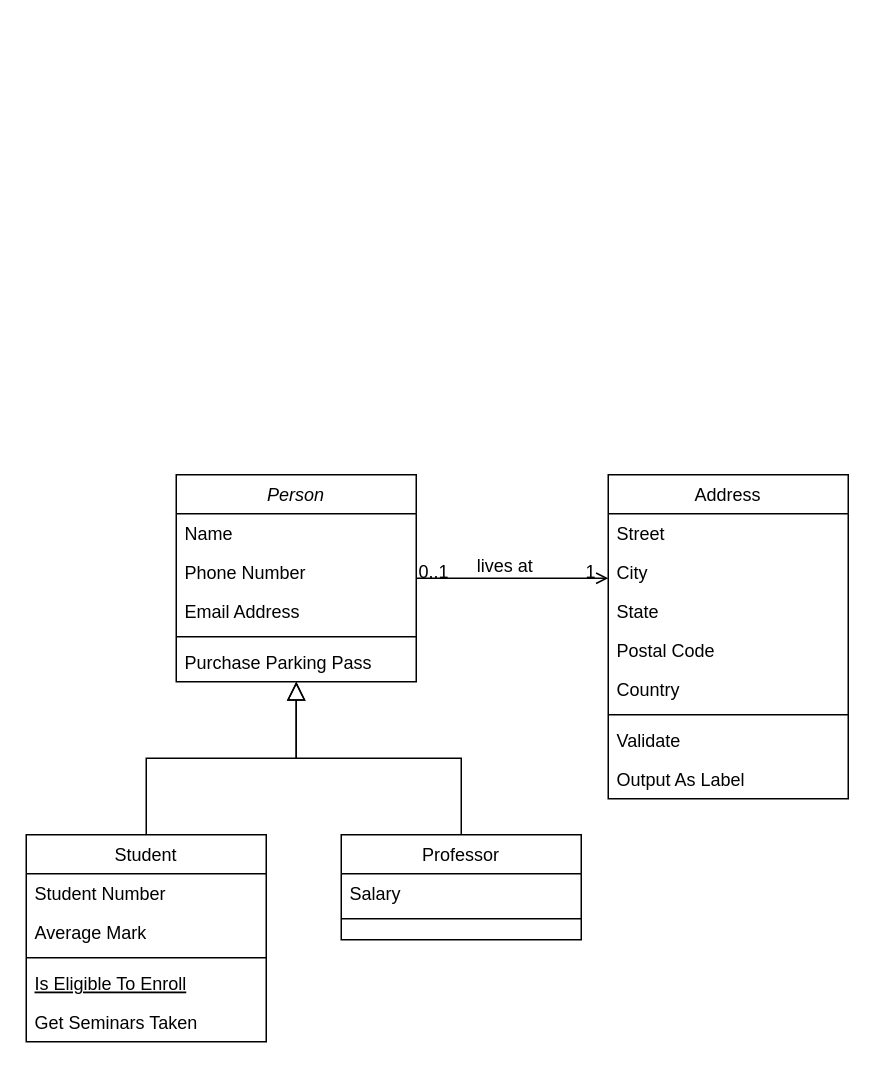
ArthurDesmonts/mywuc keeps this draw.io diagram as Class_mywuc.drawio. Above is the earlier version. Source tidied: cells renumbered, new cells numbered last; positions are measured from the earlier drawing's top-left corner, leaving out a move shared by most shapes. Both pictures are drawn from the tidied source at 150%, with x=0, y=0 at pixel (26, 474).
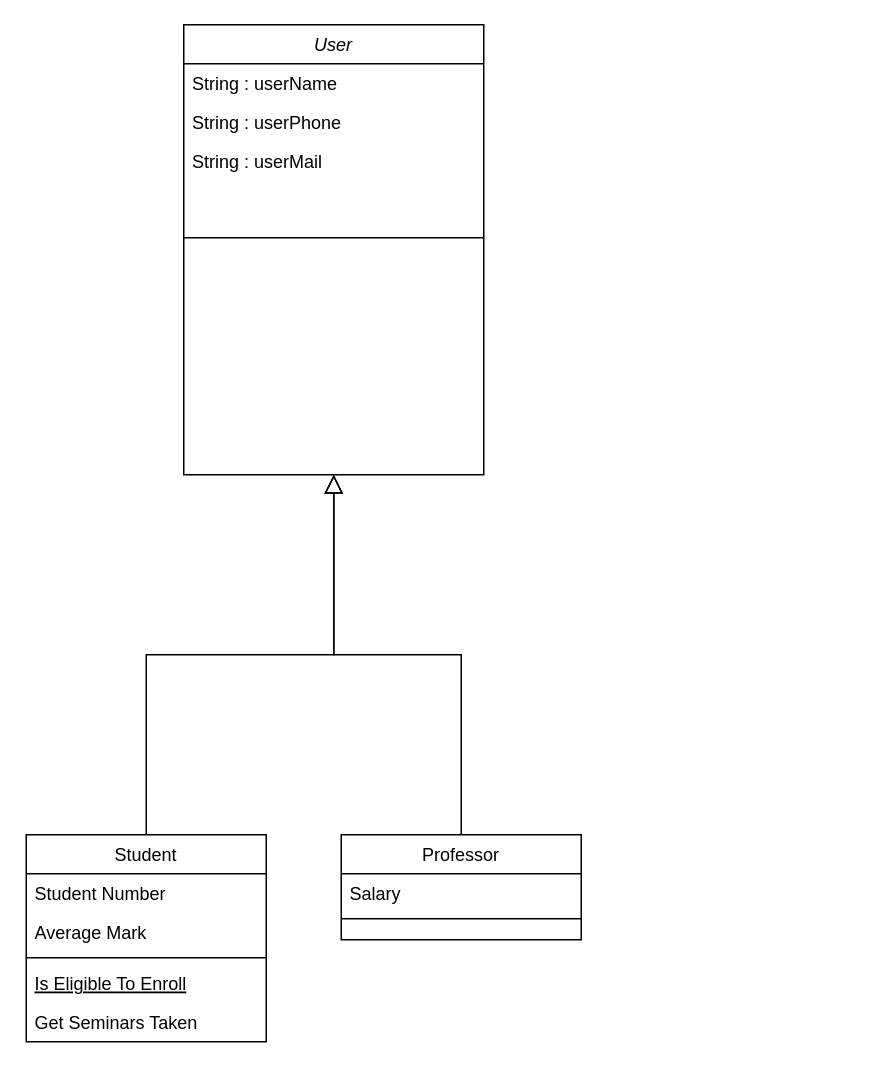
The same page after the edit.

Commit message:
Mettre à jour Class_mywuc.drawio

Change to the diagram source:
```diff
@@
-    <mxCell id="2" value="Person" style="swimlane;fontStyle=2;align=center;verticalAlign=top;horizontal=1;startSize=26;rounded=0;shadow=0;strokeWidth=1;" parent="1" vertex="1">
-      <mxGeometry x="100" width="160" height="138" as="geometry" />
+    <mxCell id="2" value="User" style="swimlane;fontStyle=2;align=center;verticalAlign=top;horizontal=1;startSize=26;rounded=0;shadow=0;strokeWidth=1;" parent="1" vertex="1">
+      <mxGeometry x="105" y="-300" width="200" height="300" as="geometry" />
     </mxCell>
-    <mxCell id="3" value="Name" style="text;align=left;verticalAlign=top;spacingLeft=4;spacingRight=4;overflow=hidden;" parent="2" vertex="1">
-      <mxGeometry y="26" width="160" height="26" as="geometry" />
+    <mxCell id="3" value="String : userName" style="text;align=left;verticalAlign=top;spacingLeft=4;spacingRight=4;overflow=hidden;" parent="2" vertex="1">
+      <mxGeometry y="26" width="200" height="26" as="geometry" />
     </mxCell>
-    <mxCell id="4" value="Phone Number" style="text;align=left;verticalAlign=top;spacingLeft=4;spacingRight=4;overflow=hidden;rounded=0;shadow=0;html=0;" parent="2" vertex="1">
-      <mxGeometry y="52" width="160" height="26" as="geometry" />
+    <mxCell id="4" value="String : userPhone" style="text;align=left;verticalAlign=top;spacingLeft=4;spacingRight=4;overflow=hidden;rounded=0;shadow=0;html=0;" parent="2" vertex="1">
+      <mxGeometry y="52" width="200" height="26" as="geometry" />
     </mxCell>
-    <mxCell id="5" value="Email Address" style="text;align=left;verticalAlign=top;spacingLeft=4;spacingRight=4;overflow=hidden;rounded=0;shadow=0;html=0;" parent="2" vertex="1">
-      <mxGeometry y="78" width="160" height="26" as="geometry" />
+    <mxCell id="5" value="String : userMail" style="text;align=left;verticalAlign=top;spacingLeft=4;spacingRight=4;overflow=hidden;rounded=0;shadow=0;html=0;" parent="2" vertex="1">
+      <mxGeometry y="78" width="200" height="26" as="geometry" />
     </mxCell>
     <mxCell id="6" style="line;html=1;strokeWidth=1;align=left;verticalAlign=middle;spacingTop=-1;spacingLeft=3;spacingRight=3;labelPosition=right;" parent="2" vertex="1">
-      <mxGeometry y="104" width="160" height="8" as="geometry" />
+      <mxGeometry y="104" width="200" height="76" as="geometry" />
     </mxCell>
-    <mxCell id="7" value="Purchase Parking Pass" style="text;align=left;verticalAlign=top;spacingLeft=4;spacingRight=4;overflow=hidden;" parent="2" vertex="1">
-      <mxGeometry y="112" width="160" height="26" as="geometry" />
-    </mxCell>
@@
-    <mxCell id="19" value="Address" style="swimlane;fontStyle=0;align=center;verticalAlign=top;horizontal=1;startSize=26;rounded=0;shadow=0;strokeWidth=1;" parent="1" vertex="1">
-      <mxGeometry x="388" width="160" height="216" as="geometry" />
-    </mxCell>
-    <mxCell id="20" value="Street" style="text;align=left;verticalAlign=top;spacingLeft=4;spacingRight=4;overflow=hidden;" parent="19" vertex="1">
-      <mxGeometry y="26" width="160" height="26" as="geometry" />
-    </mxCell>
-    <mxCell id="21" value="City" style="text;align=left;verticalAlign=top;spacingLeft=4;spacingRight=4;overflow=hidden;rounded=0;shadow=0;html=0;" parent="19" vertex="1">
-      <mxGeometry y="52" width="160" height="26" as="geometry" />
-    </mxCell>
-    <mxCell id="22" value="State" style="text;align=left;verticalAlign=top;spacingLeft=4;spacingRight=4;overflow=hidden;rounded=0;shadow=0;html=0;" parent="19" vertex="1">
-      <mxGeometry y="78" width="160" height="26" as="geometry" />
-    </mxCell>
-    <mxCell id="23" value="Postal Code" style="text;align=left;verticalAlign=top;spacingLeft=4;spacingRight=4;overflow=hidden;rounded=0;shadow=0;html=0;" parent="19" vertex="1">
-      <mxGeometry y="104" width="160" height="26" as="geometry" />
-    </mxCell>
-    <mxCell id="24" value="Country" style="text;align=left;verticalAlign=top;spacingLeft=4;spacingRight=4;overflow=hidden;rounded=0;shadow=0;html=0;" parent="19" vertex="1">
-      <mxGeometry y="130" width="160" height="26" as="geometry" />
-    </mxCell>
-    <mxCell id="25" style="line;html=1;strokeWidth=1;align=left;verticalAlign=middle;spacingTop=-1;spacingLeft=3;spacingRight=3;labelPosition=right;" parent="19" vertex="1">
-      <mxGeometry y="156" width="160" height="8" as="geometry" />
-    </mxCell>
-    <mxCell id="26" value="Validate" style="text;align=left;verticalAlign=top;spacingLeft=4;spacingRight=4;overflow=hidden;" parent="19" vertex="1">
-      <mxGeometry y="164" width="160" height="26" as="geometry" />
-    </mxCell>
-    <mxCell id="27" value="Output As Label" style="text;align=left;verticalAlign=top;spacingLeft=4;spacingRight=4;overflow=hidden;" parent="19" vertex="1">
-      <mxGeometry y="190" width="160" height="26" as="geometry" />
-    </mxCell>
-    <mxCell id="28" style="endArrow=open;shadow=0;strokeWidth=1;rounded=0;curved=0;endFill=1;edgeStyle=elbowEdgeStyle;elbow=vertical;" parent="1" edge="1" source="2" target="19">
-      <mxGeometry x="0.5" y="41" relative="1" as="geometry">
-        <mxPoint x="-40" y="32" as="offset" />
-      </mxGeometry>
-    </mxCell>
-    <mxCell id="29" value="0..1" style="align=left;verticalAlign=bottom;labelBackgroundColor=none;fontSize=12;" parent="28" vertex="1">
-      <mxGeometry x="-1" relative="1" as="geometry">
-        <mxPoint y="4" as="offset" />
-      </mxGeometry>
-    </mxCell>
-    <mxCell id="30" value="1" style="align=right;verticalAlign=bottom;labelBackgroundColor=none;fontSize=12;" parent="28" vertex="1">
-      <mxGeometry x="1" relative="1" as="geometry">
-        <mxPoint x="-7" y="4" as="offset" />
-      </mxGeometry>
-    </mxCell>
-    <mxCell id="31" value="lives at" style="text;html=1;align=center;verticalAlign=middle;labelBackgroundColor=none;rounded=0;shadow=0;strokeWidth=1;fontSize=12;" parent="28" vertex="1">
-      <mxGeometry x="0.5" y="49" relative="1" as="geometry">
-        <mxPoint x="-38" y="40" as="offset" />
-      </mxGeometry>
-    </mxCell>
```
